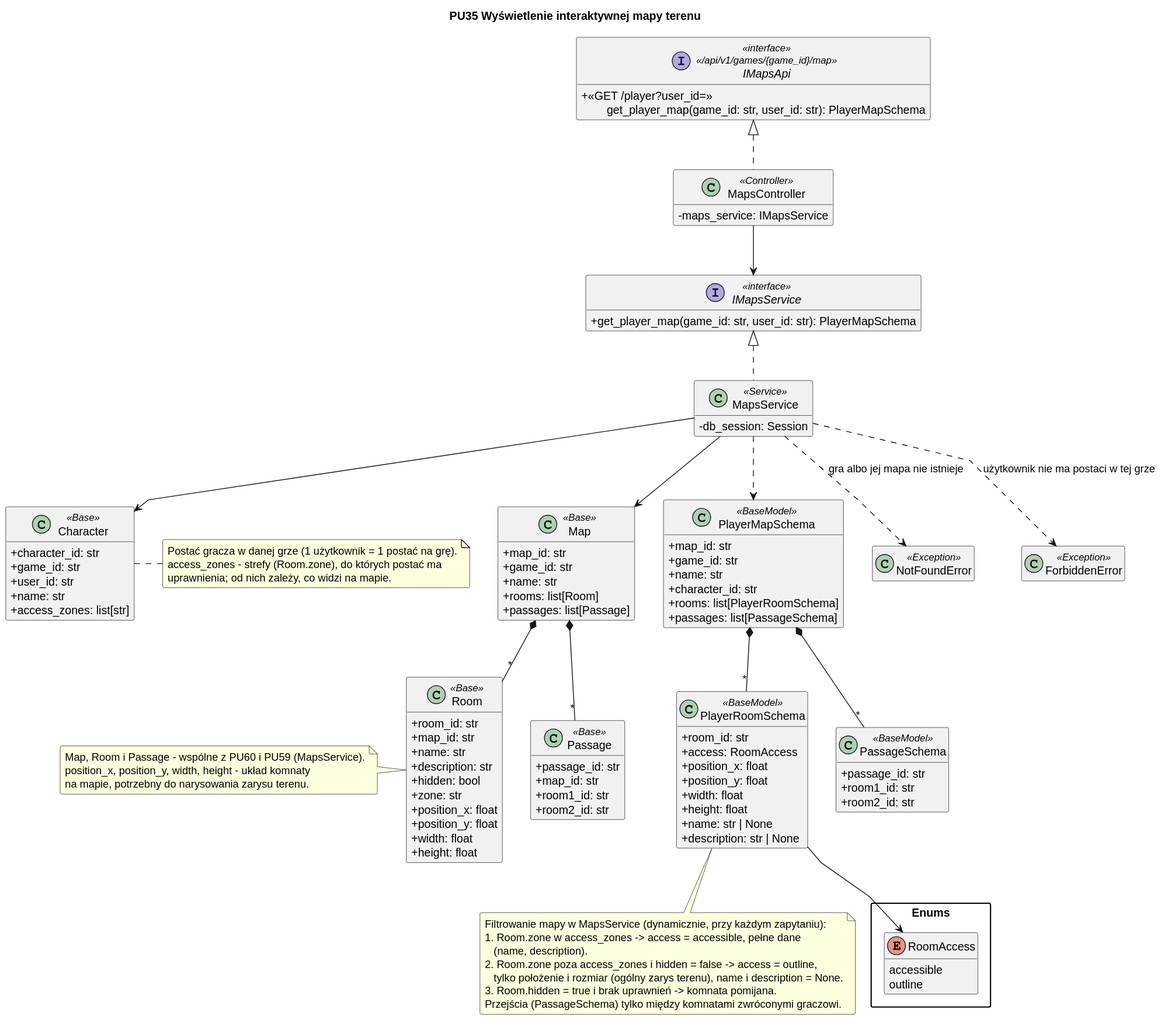
Before: diagrams/backend/rendered/player-map.svg, a diagram exported from PlantUML (Igor-Ochocki/POP-2026Z). The source it was exported from:
```plantuml
@startuml
skinparam classAttributeIconSize 0
skinparam packageStyle rectangle
skinparam shadowing false
skinparam roundcorner 4
skinparam linetype polyline
hide empty members

title PU35 Wyświetlenie interaktywnej mapy terenu

interface IMapsApi <<interface>>\n<< /api/v1/games/{game_id}/map >> {
    + <<GET /player?user_id= >>\n\tget_player_map(game_id: str, user_id: str): PlayerMapSchema
}

class MapsController <<Controller>> {
    - maps_service: IMapsService
}

interface IMapsService <<interface>> {
    + get_player_map(game_id: str, user_id: str): PlayerMapSchema
}

class MapsService <<Service>> {
    - db_session: Session
}

package "Enums" {
  enum RoomAccess {
    accessible
    outline
  }
}

class Map <<Base>> {
  + map_id: str
  + game_id: str
  + name: str
  + rooms: list[Room]
  + passages: list[Passage]
}

class Room <<Base>> {
  + room_id: str
  + map_id: str
  + name: str
  + description: str
  + hidden: bool
  + zone: str
  + position_x: float
  + position_y: float
  + width: float
  + height: float
}

class Passage <<Base>> {
  + passage_id: str
  + map_id: str
  + room1_id: str
  + room2_id: str
}

class Character <<Base>> {
  + character_id: str
  + game_id: str
  + user_id: str
  + name: str
  + access_zones: list[str]
}

class PlayerMapSchema <<BaseModel>> {
  + map_id: str
  + game_id: str
  + name: str
  + character_id: str
  + rooms: list[PlayerRoomSchema]
  + passages: list[PassageSchema]
}

class PlayerRoomSchema <<BaseModel>> {
  + room_id: str
  + access: RoomAccess
  + position_x: float
  + position_y: float
  + width: float
  + height: float
  + name: str | None
  + description: str | None
}

class PassageSchema <<BaseModel>> {
  + passage_id: str
  + room1_id: str
  + room2_id: str
}

class NotFoundError <<Exception>>
class ForbiddenError <<Exception>>

MapsController .u.|> IMapsApi
MapsController --> IMapsService
MapsService .u.|> IMapsService
MapsService --> Map
MapsService --> Character
MapsService ..> PlayerMapSchema
MapsService ..> NotFoundError : gra albo jej mapa nie istnieje
MapsService ..> ForbiddenError : użytkownik nie ma postaci w tej grze

Map *-- "*" Room
Map *-- "*" Passage
PlayerMapSchema *-- "*" PlayerRoomSchema
PlayerMapSchema *-- "*" PassageSchema
PlayerRoomSchema --> RoomAccess

note right of Character
  Postać gracza w danej grze (1 użytkownik = 1 postać na grę).
  access_zones - strefy (Room.zone), do których postać ma
  uprawnienia; od nich zależy, co widzi na mapie.
end note

note bottom of PlayerRoomSchema
  Filtrowanie mapy w MapsService (dynamicznie, przy każdym zapytaniu):
  1. Room.zone w access_zones -> access = accessible, pełne dane
     (name, description).
  2. Room.zone poza access_zones i hidden = false -> access = outline,
     tylko położenie i rozmiar (ogólny zarys terenu), name i description = None.
  3. Room.hidden = true i brak uprawnień -> komnata pomijana.
  Przejścia (PassageSchema) tylko między komnatami zwróconymi graczowi.
end note

note left of Room
  Map, Room i Passage - wspólne z PU60 i PU59 (MapsService).
  position_x, position_y, width, height - układ komnaty
  na mapie, potrzebny do narysowania zarysu terenu.
end note
@enduml
```
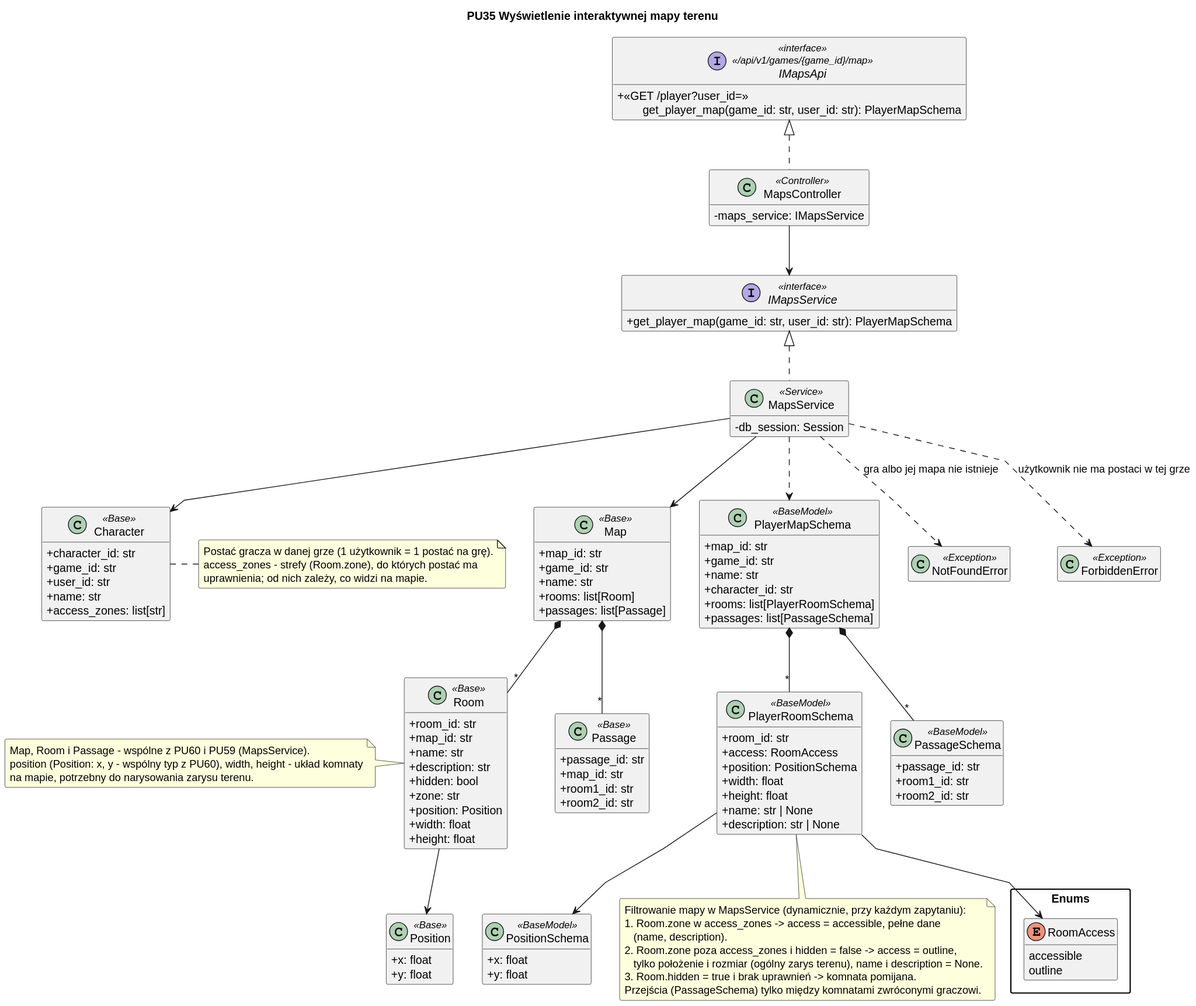
Above is the later version.

Commit message:
PU35: diagram - backend - wspólny typ Position zamiast position_x/position_y

Diff of the diagram source:
```diff
@@ -46,8 +46,7 @@
   + description: str
   + hidden: bool
   + zone: str
-  + position_x: float
-  + position_y: float
+  + position: Position
   + width: float
   + height: float
 }
@@ -79,8 +78,7 @@
 class PlayerRoomSchema <<BaseModel>> {
   + room_id: str
   + access: RoomAccess
-  + position_x: float
-  + position_y: float
+  + position: PositionSchema
   + width: float
   + height: float
   + name: str | None
@@ -91,6 +89,16 @@
   + passage_id: str
   + room1_id: str
   + room2_id: str
+}
+
+class Position <<Base>> {
+  + x: float
+  + y: float
+}
+
+class PositionSchema <<BaseModel>> {
+  + x: float
+  + y: float
 }
 
 class NotFoundError <<Exception>>
@@ -110,6 +118,8 @@
 PlayerMapSchema *-- "*" PlayerRoomSchema
 PlayerMapSchema *-- "*" PassageSchema
 PlayerRoomSchema --> RoomAccess
+Room --> Position
+PlayerRoomSchema --> PositionSchema
 
 note right of Character
   Postać gracza w danej grze (1 użytkownik = 1 postać na grę).
@@ -129,7 +139,7 @@
 
 note left of Room
   Map, Room i Passage - wspólne z PU60 i PU59 (MapsService).
-  position_x, position_y, width, height - układ komnaty
+  position (Position: x, y - wspólny typ z PU60), width, height - układ komnaty
   na mapie, potrzebny do narysowania zarysu terenu.
 end note
 @enduml
```
